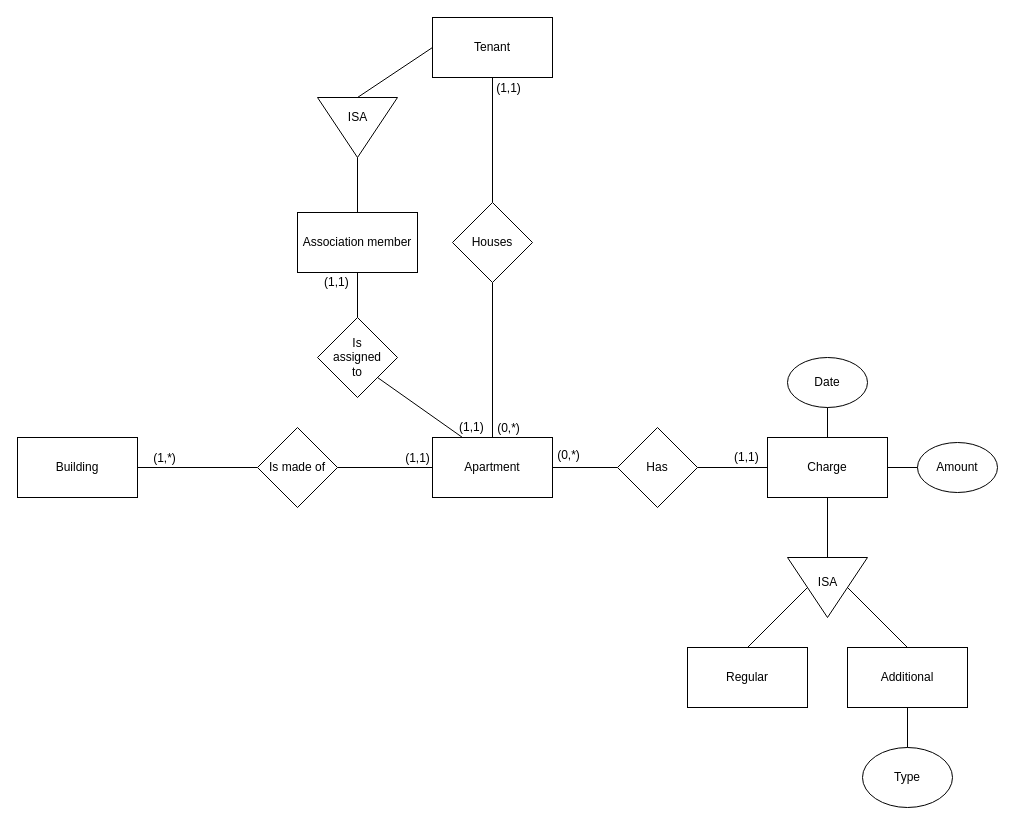
This is Task4/Task4.drawio from devtot0/FundamentalsOfDatabases, a draw.io file, before an edit. Source tidied: cells renumbered, new cells numbered last; positions are measured from the earlier drawing's top-left corner, leaving out a move shared by most shapes. Both pictures are drawn from the tidied source at 100%, with x=0, y=0 at pixel (17, 17).
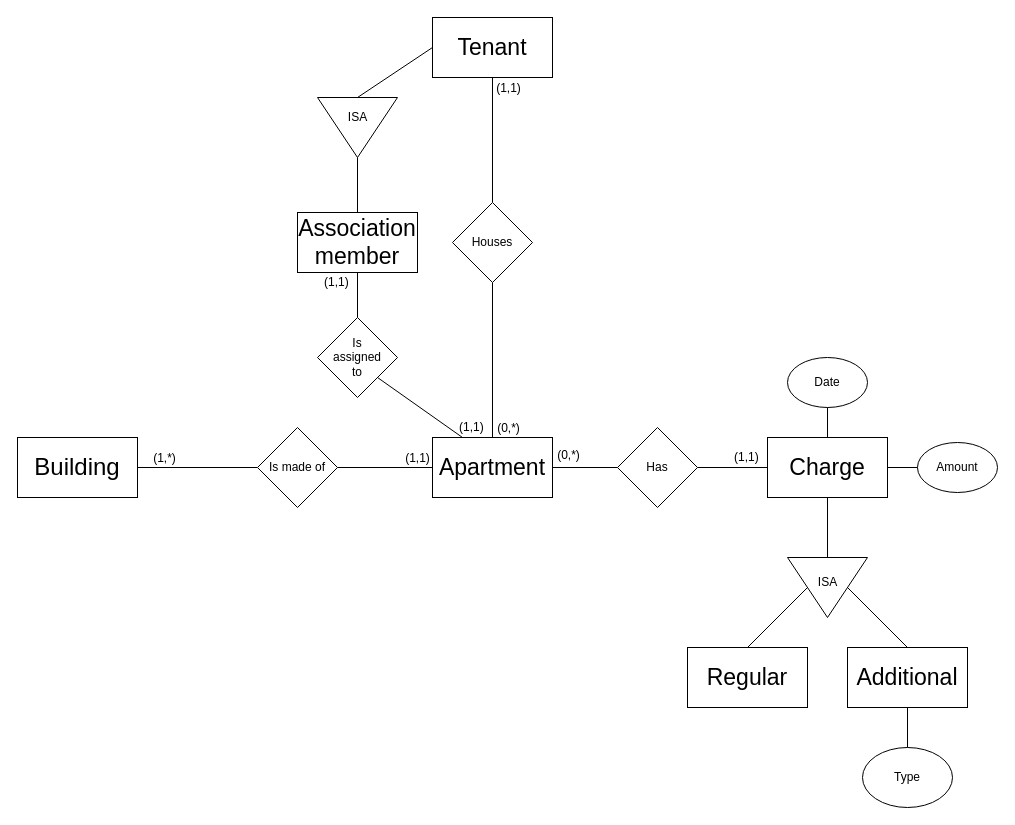
The same page after the edit.

Diff of the diagram source:
```diff
@@
-    <mxCell id="4" value="Apartment" style="rounded=0;whiteSpace=wrap;html=1;" parent="1" vertex="1">
+    <mxCell id="4" value="&lt;font style=&quot;font-size: 23px&quot;&gt;Apartment&lt;/font&gt;" style="rounded=0;whiteSpace=wrap;html=1;" parent="1" vertex="1">
       <mxGeometry x="415" y="420" width="120" height="60" as="geometry" />
     </mxCell>
@@
-    <mxCell id="7" value="Building" style="rounded=0;whiteSpace=wrap;html=1;" parent="1" vertex="1">
+    <mxCell id="7" value="&lt;font style=&quot;font-size: 24px&quot;&gt;Building&lt;/font&gt;" style="rounded=0;whiteSpace=wrap;html=1;" parent="1" vertex="1">
       <mxGeometry y="420" width="120" height="60" as="geometry" />
     </mxCell>
-    <mxCell id="8" value="Tenant" style="rounded=0;whiteSpace=wrap;html=1;" parent="1" vertex="1">
+    <mxCell id="8" value="&lt;font style=&quot;font-size: 23px&quot;&gt;Tenant&lt;/font&gt;" style="rounded=0;whiteSpace=wrap;html=1;" parent="1" vertex="1">
       <mxGeometry x="415" width="120" height="60" as="geometry" />
     </mxCell>
@@
-    <mxCell id="15" value="Charge" style="rounded=0;whiteSpace=wrap;html=1;" parent="1" vertex="1">
+    <mxCell id="15" value="&lt;font style=&quot;font-size: 23px&quot;&gt;Charge&lt;/font&gt;" style="rounded=0;whiteSpace=wrap;html=1;" parent="1" vertex="1">
       <mxGeometry x="750" y="420" width="120" height="60" as="geometry" />
     </mxCell>
@@
-    <mxCell id="24" value="Association member" style="rounded=0;whiteSpace=wrap;html=1;" parent="1" vertex="1">
+    <mxCell id="24" value="&lt;font style=&quot;font-size: 23px&quot;&gt;Association member&lt;/font&gt;" style="rounded=0;whiteSpace=wrap;html=1;" parent="1" vertex="1">
       <mxGeometry x="280" y="195" width="120" height="60" as="geometry" />
     </mxCell>
@@
-    <mxCell id="33" value="Regular" style="rounded=0;whiteSpace=wrap;html=1;" parent="1" vertex="1">
+    <mxCell id="33" value="&lt;font style=&quot;font-size: 23px&quot;&gt;Regular&lt;/font&gt;" style="rounded=0;whiteSpace=wrap;html=1;" parent="1" vertex="1">
       <mxGeometry x="670" y="630" width="120" height="60" as="geometry" />
     </mxCell>
@@
-    <mxCell id="35" value="Additional" style="rounded=0;whiteSpace=wrap;html=1;" parent="1" vertex="1">
+    <mxCell id="35" value="&lt;font style=&quot;font-size: 23px&quot;&gt;Additional&lt;/font&gt;" style="rounded=0;whiteSpace=wrap;html=1;" parent="1" vertex="1">
       <mxGeometry x="830" y="630" width="120" height="60" as="geometry" />
     </mxCell>
```
